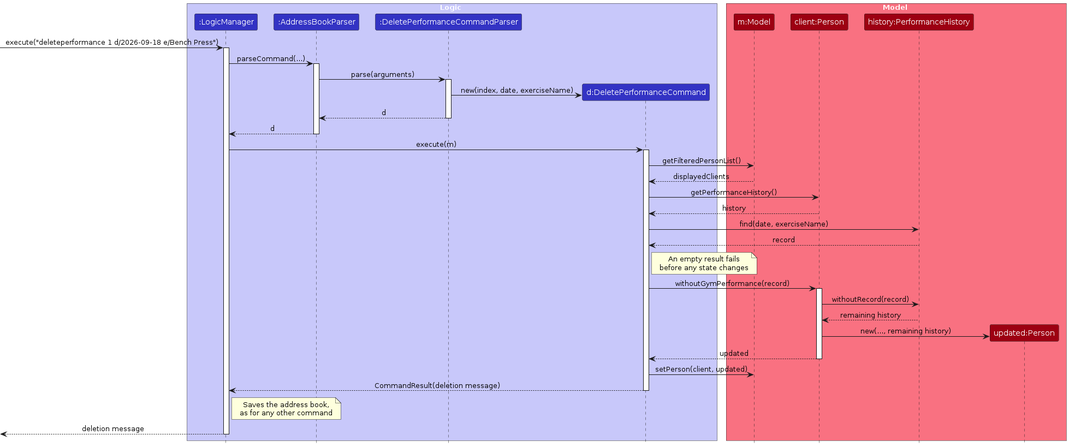
AY2627S1-CS2103T-F14a-2/tp keeps this PlantUML diagram as diagrams/DeletePerformanceSequenceDiagram.png. Above is the earlier version. Its source is kept beside it as diagrams/DeletePerformanceSequenceDiagram.puml.
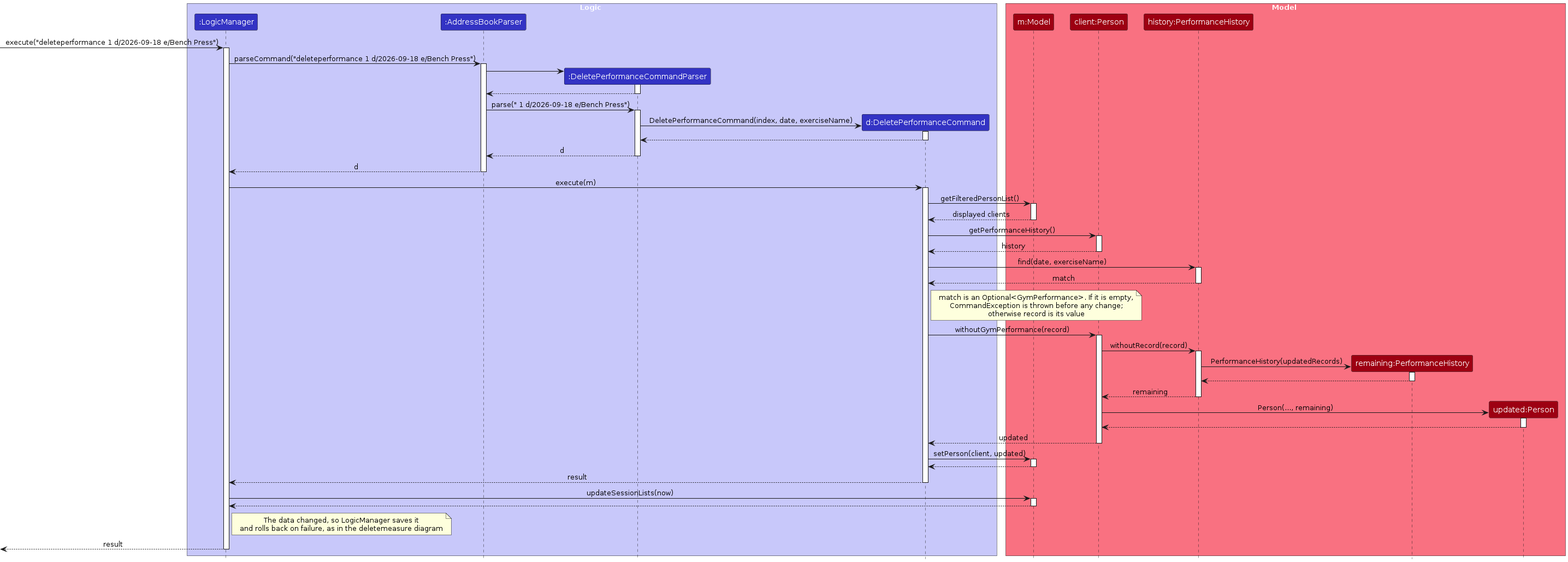
After the change.

The edit, as a diff of the source:
```diff
@@ -12,17 +12,26 @@
 participant "m:Model" as Model MODEL_COLOR
 participant "client:Person" as Client MODEL_COLOR
 participant "history:PerformanceHistory" as History MODEL_COLOR
+participant "remaining:PerformanceHistory" as Remaining MODEL_COLOR
 participant "updated:Person" as Updated MODEL_COLOR
 end box
 
 [-> Logic : execute("deleteperformance 1 d/2026-09-18 e/Bench Press")
 activate Logic
-Logic -> Parser : parseCommand(...)
+Logic -> Parser : parseCommand("deleteperformance 1 d/2026-09-18 e/Bench Press")
 activate Parser
-Parser -> DeleteParser : parse(arguments)
+create DeleteParser
+Parser -> DeleteParser
+activate DeleteParser
+DeleteParser --> Parser
+deactivate DeleteParser
+Parser -> DeleteParser : parse(" 1 d/2026-09-18 e/Bench Press")
 activate DeleteParser
 create Command
-DeleteParser -> Command : new(index, date, exerciseName)
+DeleteParser -> Command : DeletePerformanceCommand(index, date, exerciseName)
+activate Command
+Command --> DeleteParser
+deactivate Command
 DeleteParser --> Parser : d
 deactivate DeleteParser
 Parser --> Logic : d
@@ -30,24 +39,47 @@
 Logic -> Command : execute(m)
 activate Command
 Command -> Model : getFilteredPersonList()
-Model --> Command : displayedClients
+activate Model
+Model --> Command : displayed clients
+deactivate Model
 Command -> Client : getPerformanceHistory()
+activate Client
 Client --> Command : history
+deactivate Client
 Command -> History : find(date, exerciseName)
-History --> Command : record
-note right of Command : An empty result fails\nbefore any state changes
+activate History
+History --> Command : match
+deactivate History
+note right of Command : match is an Optional<GymPerformance>. If it is empty,\nCommandException is thrown before any change;\notherwise record is its value
 Command -> Client : withoutGymPerformance(record)
 activate Client
 Client -> History : withoutRecord(record)
-History --> Client : remaining history
+activate History
+create Remaining
+History -> Remaining : PerformanceHistory(updatedRecords)
+activate Remaining
+Remaining --> History
+deactivate Remaining
+History --> Client : remaining
+deactivate History
 create Updated
-Client -> Updated : new(..., remaining history)
+Client -> Updated : Person(..., remaining)
+activate Updated
+Updated --> Client
+deactivate Updated
 Client --> Command : updated
 deactivate Client
 Command -> Model : setPerson(client, updated)
-Command --> Logic : CommandResult(deletion message)
+activate Model
+Model --> Command
+deactivate Model
+Command --> Logic : result
 deactivate Command
-note right of Logic : Saves the address book,\nas for any other command
-Logic -->[ : deletion message
+Logic -> Model : updateSessionLists(now)
+activate Model
+Model --> Logic
+deactivate Model
+note right of Logic : The data changed, so LogicManager saves it\nand rolls back on failure, as in the deletemeasure diagram
+[<-- Logic : result
 deactivate Logic
 @enduml
```
